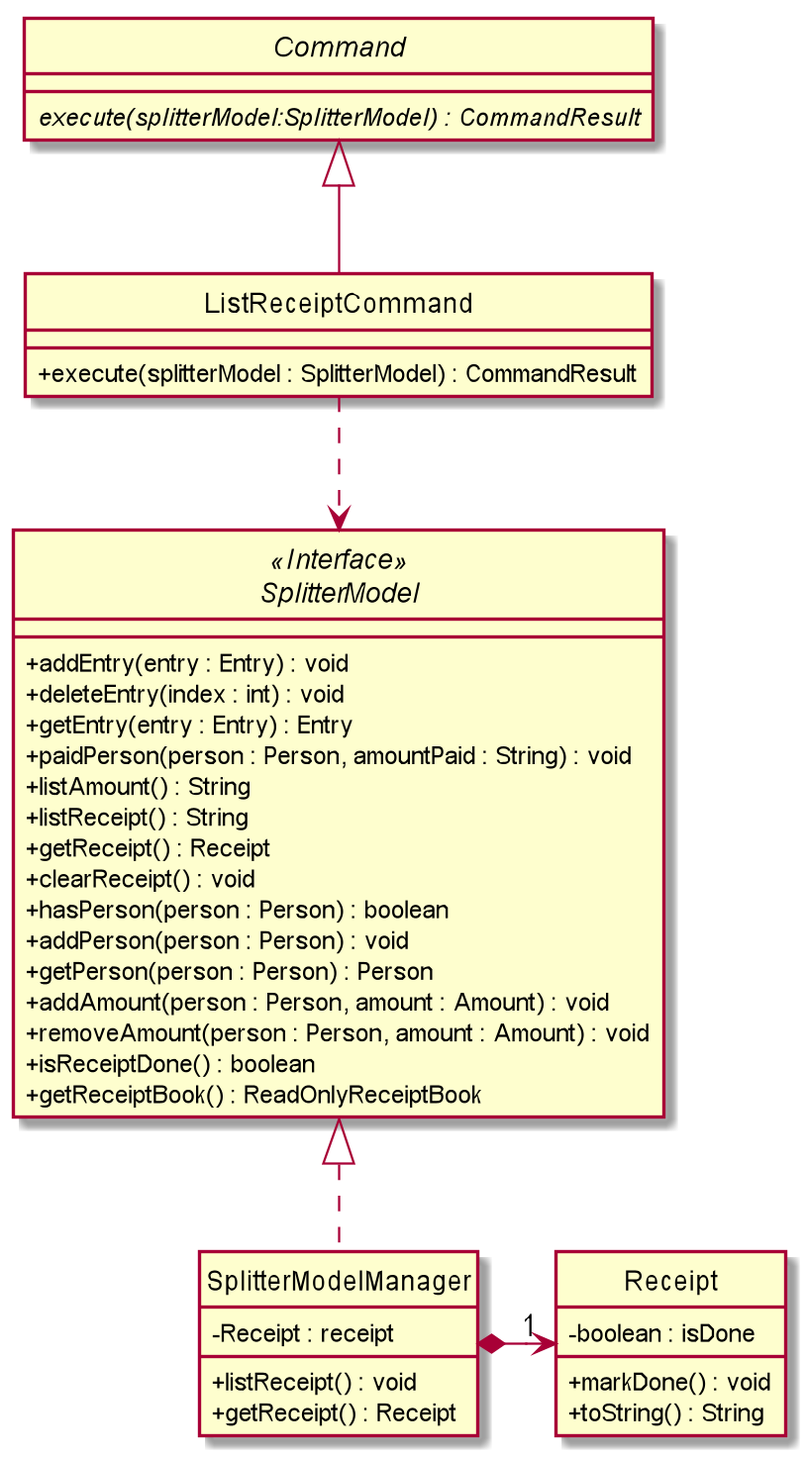
Before: docs/images/ExpenseSplitterListReceiptCommandClassDiagram.png, a diagram exported from PlantUML (nus-cs2103-AY1920S2/addressbook-level3). Its diagram source:
```plantuml
@startuml


skinparam backgroundColor #ffffff
skinparam classAttributeIconSize 0
hide circle


abstract class Command {
    {abstract} execute(splitterModel:SplitterModel) : CommandResult
}

class ListReceiptCommand extends Command {

    + execute(splitterModel : SplitterModel) : CommandResult

}

class SplitterModelManager implements SplitterModel {
    - Receipt : receipt

    + listReceipt() : void
    + getReceipt() : Receipt
}

interface SplitterModel <<Interface>> {
    + addEntry(entry : Entry) : void
    + deleteEntry(index : int) : void
    + getEntry(entry : Entry) : Entry
    + paidPerson(person : Person, amountPaid : String) : void
    + listAmount() : String
    + listReceipt() : String
    + getReceipt() : Receipt
    + clearReceipt() : void
    + hasPerson(person : Person) : boolean
    + addPerson(person : Person) : void
    + getPerson(person : Person) : Person
    + addAmount(person : Person, amount : Amount) : void
    + removeAmount(person : Person, amount : Amount) : void
    + isReceiptDone() : boolean
    + getReceiptBook() : ReadOnlyReceiptBook


}

class Receipt {
    - boolean : isDone

    + markDone() : void
    + toString() : String
}


ListReceiptCommand ..> SplitterModel
SplitterModelManager *-right->"1" Receipt


@enduml
```
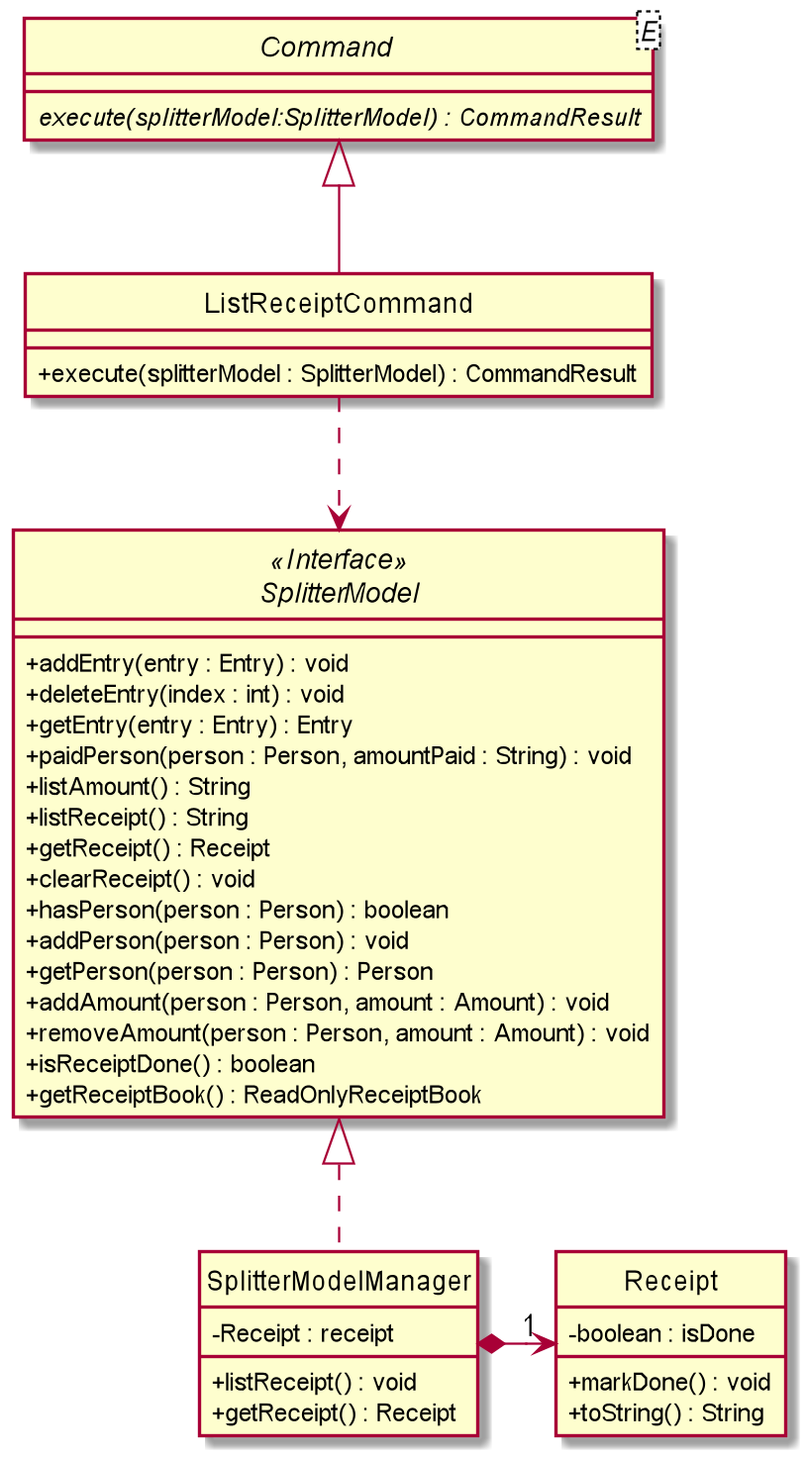
After the commit.

Diff of the diagram source:
```diff
@@ -6,7 +6,7 @@
 hide circle
 
 
-abstract class Command {
+abstract class Command <E> {
     {abstract} execute(splitterModel:SplitterModel) : CommandResult
 }
 
```
